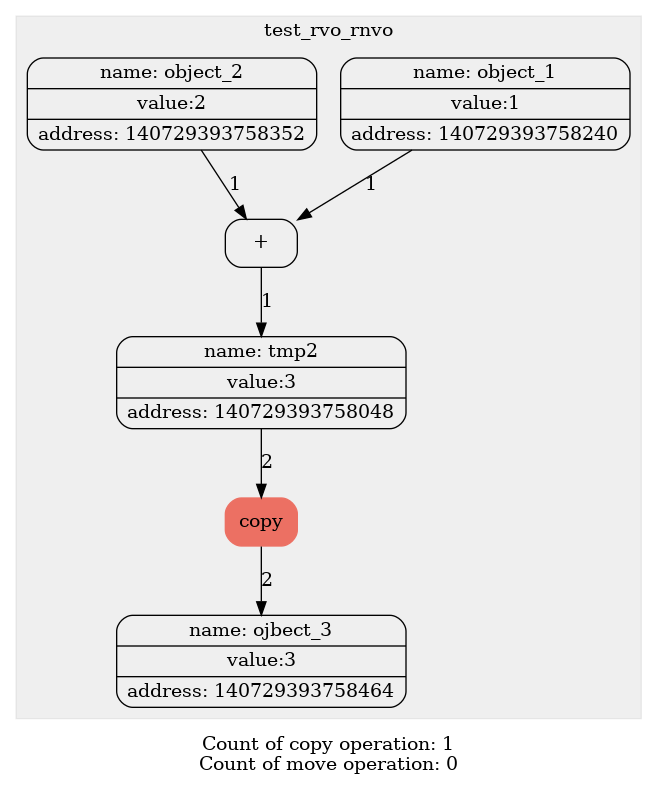
Above: diagrams/graph_no_rvo_rnvo.png in levasemin/Move_Semantic (Graphviz), before the change. Its source is kept beside it as diagrams/graph_no_rvo_rnvo.dot.
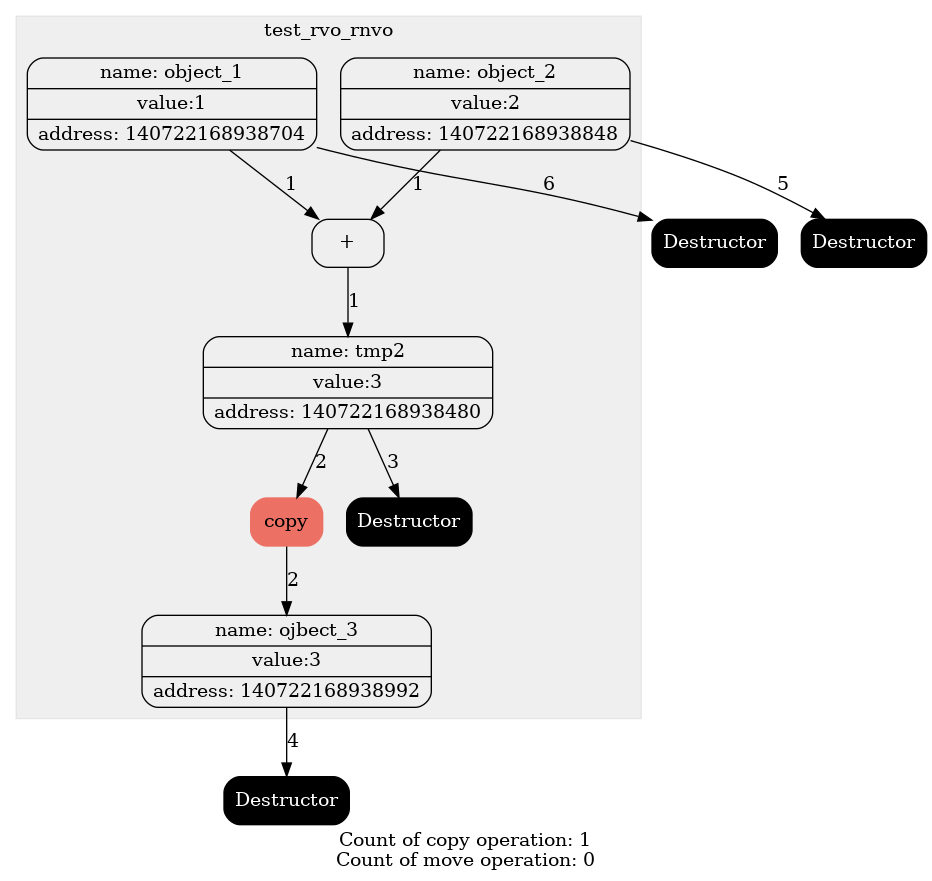
Above is the later version.

Diff of the diagram source:
```diff
@@ -6,20 +6,28 @@
 label = test_rvo_rnvo;
 style= filled
 color = "#00000010";
-1[label="{ {name: tmp0} | {value:1} | {address: 140729393758240}} " color=""style=""];
-1[label="{ {name: object_1} | {value:1} | {address: 140729393758240}} " color=""style=""];
-2[label="{ {name: tmp1} | {value:2} | {address: 140729393758352}} " color=""style=""];
-2[label="{ {name: object_2} | {value:2} | {address: 140729393758352}} " color=""style=""];
-3[label="+" color = "" style = ""];
-edge[style = "" color = ""label = "1"]1->3;
-edge[style = "" color = ""label = "1"]2->3;
-4[label="{ {name: tmp2} | {value:3} | {address: 140729393758048}} " color=""style=""];
-edge[style = "" color = ""label = "1"]3->4;
-5[label="copy" color = "#EC7063" style = "filled"];
-edge[style = "" color = ""label = "2"]4->5;
-6[label="{ {name: tmp3} | {value:3} | {address: 140729393758464}} " color=""style=""];
-edge[style = "" color = ""label = "2"]5->6;
-6[label="{ {name: ojbect_3} | {value:3} | {address: 140729393758464}} " color=""style=""];
+1[label="{ {name: tmp0} | {value:1} | {address: 140722168938704}} " color=""style=""fontcolor=""];
+1[label="{ {name: object_1} | {value:1} | {address: 140722168938704}} " color=""style=""fontcolor=""];
+2[label="{ {name: tmp1} | {value:2} | {address: 140722168938848}} " color=""style=""fontcolor=""];
+2[label="{ {name: object_2} | {value:2} | {address: 140722168938848}} " color=""style=""fontcolor=""];
+3[label="+" color = "" style = ""fontcolor =""];
+edge[style = "" color = ""label = "1"fontcolor =""]1->3;
+edge[style = "" color = ""label = "1"fontcolor =""]2->3;
+4[label="{ {name: tmp2} | {value:3} | {address: 140722168938480}} " color=""style=""fontcolor=""];
+edge[style = "" color = ""label = "1"fontcolor =""]3->4;
+5[label="copy" color = "#EC7063" style = "filled"fontcolor =""];
+edge[style = "" color = ""label = "2"fontcolor =""]4->5;
+6[label="{ {name: tmp3} | {value:3} | {address: 140722168938992}} " color=""style=""fontcolor=""];
+edge[style = "" color = ""label = "2"fontcolor =""]5->6;
+7[label="Destructor" color = "black" style = "filled"fontcolor ="white"];
+edge[style = "" color = ""label = "3"fontcolor =""]4->7;
+6[label="{ {name: ojbect_3} | {value:3} | {address: 140722168938992}} " color=""style=""fontcolor=""];
 }
+8[label="Destructor" color = "black" style = "filled"fontcolor ="white"];
+edge[style = "" color = ""label = "4"fontcolor =""]6->8;
+9[label="Destructor" color = "black" style = "filled"fontcolor ="white"];
+edge[style = "" color = ""label = "5"fontcolor =""]2->9;
+10[label="Destructor" color = "black" style = "filled"fontcolor ="white"];
+edge[style = "" color = ""label = "6"fontcolor =""]1->10;
 label="Count of copy operation: 1
 Count of move operation: 0"}
```
